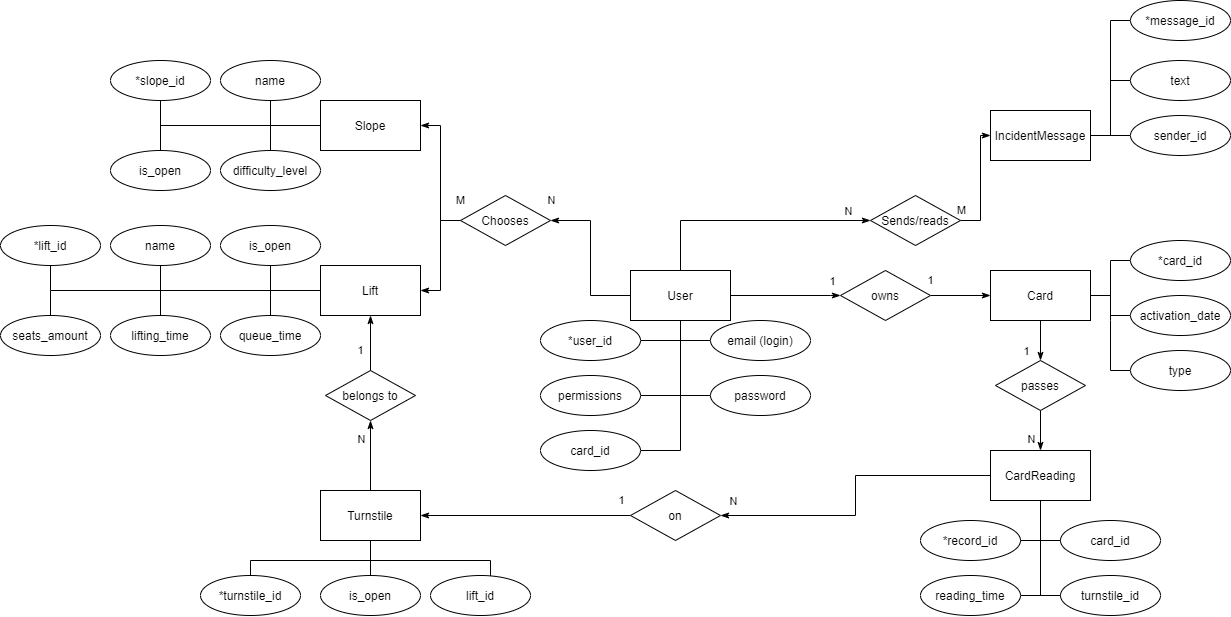
Before: docs/imgs/er/er.png, a diagram exported from draw.io (alena-zayts/BMSTU_6sem_software_design). Source tidied: cells renumbered, new cells last; positions are measured from the earlier drawing's top-left corner, leaving out a move shared by most shapes.
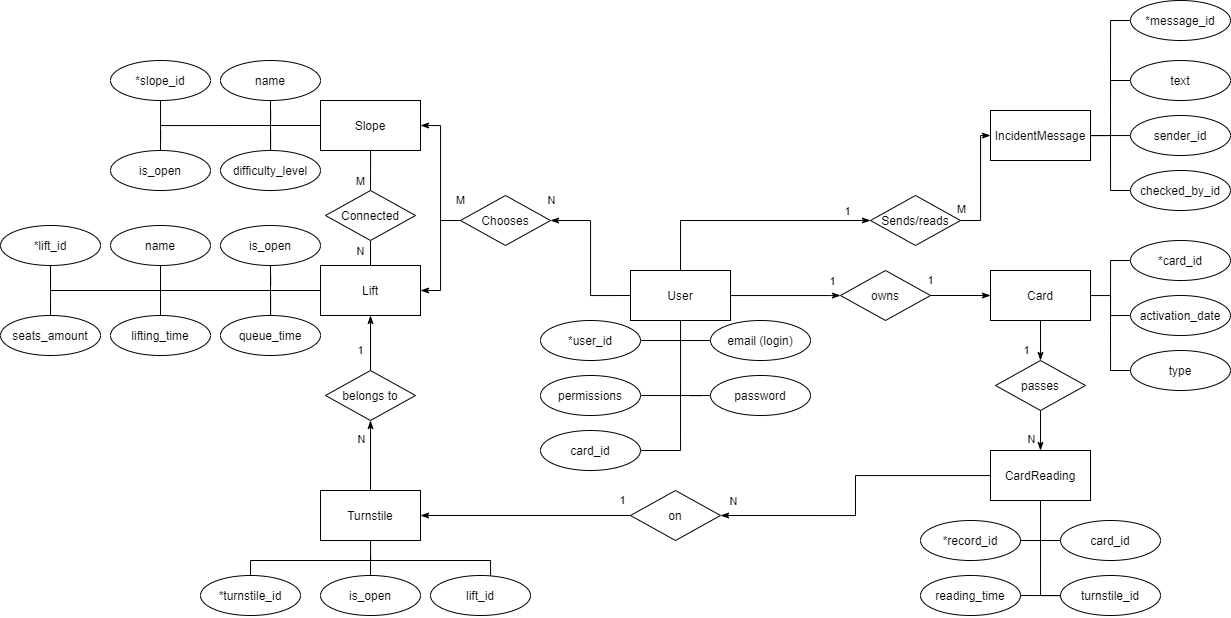
Above is the later version.

Diff of the diagram source:
```diff
@@ -47,6 +47,14 @@
     <mxCell id="11" style="edgeStyle=orthogonalEdgeStyle;rounded=0;jettySize=auto;html=1;exitX=0;exitY=0.5;exitDx=0;exitDy=0;entryX=0.5;entryY=1;entryDx=0;entryDy=0;endArrow=none;endFill=0;" parent="1" edge="1" source="12" target="60">
       <mxGeometry relative="1" as="geometry" />
     </mxCell>
+    <mxCell id="93" value="M" style="edgeStyle=orthogonalEdgeStyle;rounded=0;jettySize=auto;html=1;entryX=0.5;entryY=0;entryDx=0;entryDy=0;endArrow=none;endFill=0;" parent="1" edge="1" source="12" target="97">
+      <mxGeometry x="0.5" y="-10" relative="1" as="geometry">
+        <Array as="points">
+          <mxPoint x="370" y="170" />
+          <mxPoint x="370" y="170" />
+        </Array>
+      </mxGeometry>
+    </mxCell>
     <mxCell id="12" value="Slope" style="rounded=0;whiteSpace=wrap;html=1;" parent="1" vertex="1">
       <mxGeometry x="320" y="100" width="100" height="50" as="geometry" />
     </mxCell>
@@ -179,7 +187,7 @@
     <mxCell id="46" style="edgeStyle=orthogonalEdgeStyle;rounded=0;jettySize=auto;html=1;endArrow=classicThin;endFill=1;exitX=0.5;exitY=0;exitDx=0;exitDy=0;entryX=0;entryY=0.5;entryDx=0;entryDy=0;" parent="1" edge="1" source="10" target="32">
       <mxGeometry relative="1" as="geometry" />
     </mxCell>
-    <mxCell id="47" value="N" style="edgeLabel;html=1;align=center;verticalAlign=middle;" parent="46" vertex="1">
+    <mxCell id="47" value="1" style="edgeLabel;html=1;align=center;verticalAlign=middle;" parent="46" vertex="1">
       <mxGeometry x="0.7" y="-2" relative="1" as="geometry">
         <mxPoint x="12" y="-12" as="offset" />
       </mxGeometry>
@@ -360,5 +368,19 @@
     <mxCell id="92" value="*message_id" style="ellipse;whiteSpace=wrap;html=1;" parent="1" vertex="1">
       <mxGeometry x="1130" width="100" height="40" as="geometry" />
     </mxCell>
+    <mxCell id="94" style="edgeStyle=orthogonalEdgeStyle;rounded=0;jettySize=auto;html=1;endArrow=none;endFill=0;" parent="1" edge="1" source="95">
+      <mxGeometry relative="1" as="geometry">
+        <mxPoint x="1110" y="130" as="targetPoint" />
+      </mxGeometry>
+    </mxCell>
+    <mxCell id="95" value="checked_by_id" style="ellipse;whiteSpace=wrap;html=1;" parent="1" vertex="1">
+      <mxGeometry x="1130" y="170" width="100" height="40" as="geometry" />
+    </mxCell>
+    <mxCell id="96" value="N" style="edgeStyle=orthogonalEdgeStyle;rounded=0;jettySize=auto;html=1;exitX=0.5;exitY=1;exitDx=0;exitDy=0;endArrow=none;endFill=0;entryX=0.5;entryY=0;entryDx=0;entryDy=0;" parent="1" edge="1" source="97" target="14">
+      <mxGeometry x="-0.2" y="-10" relative="1" as="geometry" />
+    </mxCell>
+    <mxCell id="97" value="Connected" style="rhombus;whiteSpace=wrap;html=1;" parent="1" vertex="1">
+      <mxGeometry x="325" y="190" width="90" height="50" as="geometry" />
+    </mxCell>
   </root>
 </mxGraphModel>
```
